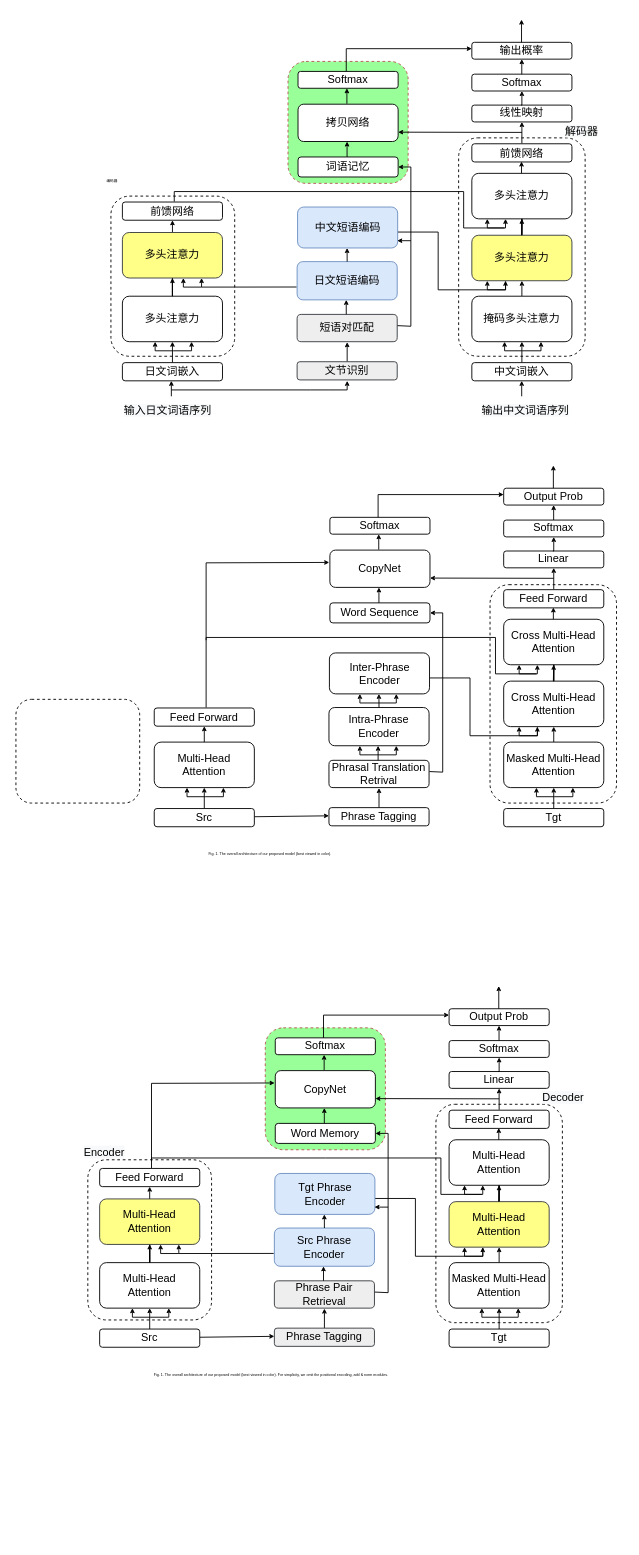
Earlier version of the draw.io diagram phraseNMT.drawio (lizezhonglaile/drawio). Source tidied: cells renumbered, new cells numbered last; positions are measured from the earlier drawing's top-left corner, leaving out a move shared by most shapes. Both pictures are drawn from the tidied source at 91%, with x=0, y=0 at pixel (15, 19).
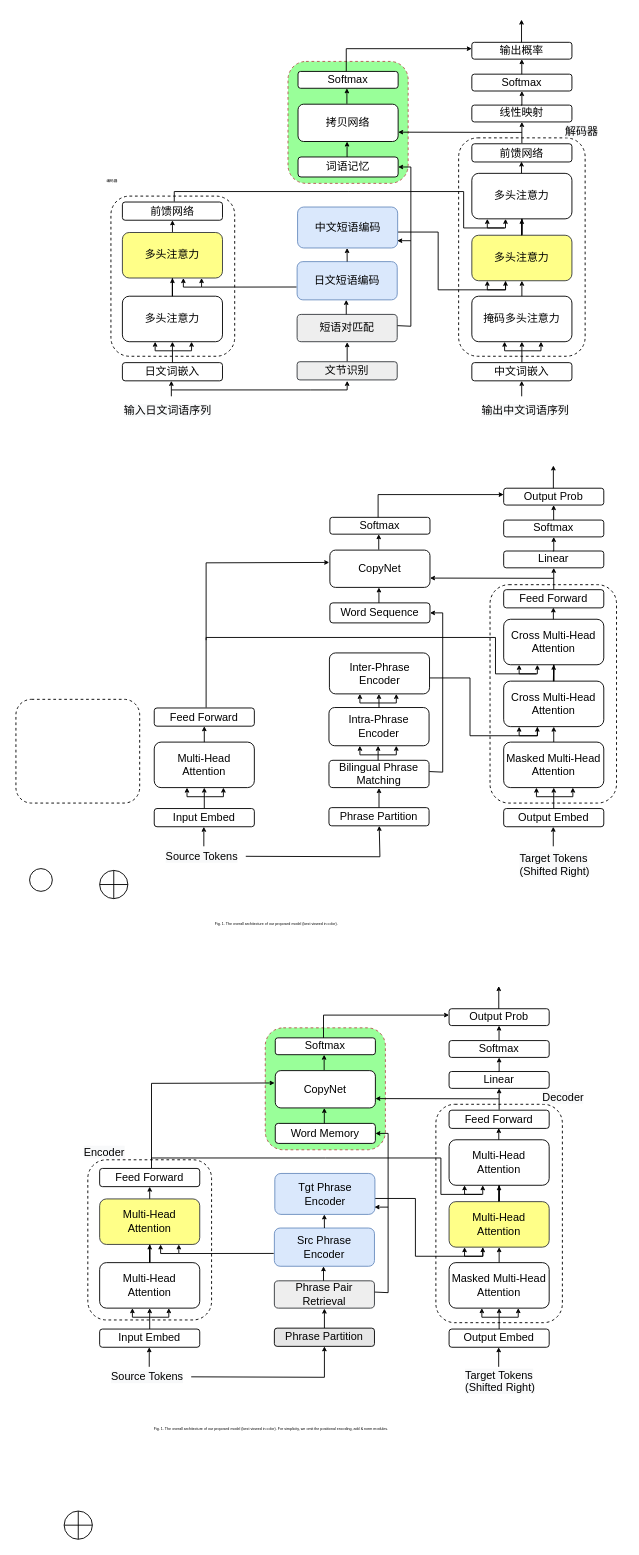
The same page after the edit.

The change refers to these unchanged cells:
```xml
<mxCell id="55" value="Multi-Head &lt;br&gt;Attention" style="rounded=1;whiteSpace=wrap;html=1;" parent="1" vertex="1">
  <mxGeometry x="92" y="1366" width="110" height="50" as="geometry" />
</mxCell>
<mxCell id="88" value="Masked Multi-Head &lt;br&gt;Attention" style="rounded=1;whiteSpace=wrap;html=1;" parent="1" vertex="1">
  <mxGeometry x="476" y="1366" width="110" height="50" as="geometry" />
</mxCell>
```

Diff of the diagram source:
```diff
@@
-    <mxCell id="5" value="Src" style="rounded=1;whiteSpace=wrap;html=1;" parent="1" vertex="1">
+    <mxCell id="5" value="Input Embed" style="rounded=1;whiteSpace=wrap;html=1;" parent="1" vertex="1">
       <mxGeometry x="152" y="867" width="110" height="20" as="geometry" />
     </mxCell>
-    <mxCell id="6" value="Phrasal Translation&lt;br&gt;Retrival" style="rounded=1;whiteSpace=wrap;html=1;" parent="1" vertex="1">
+    <mxCell id="6" value="Bilingual Phrase&lt;br&gt;Matching" style="rounded=1;whiteSpace=wrap;html=1;" parent="1" vertex="1">
       <mxGeometry x="344" y="814" width="110" height="30" as="geometry" />
     </mxCell>
@@
-    <mxCell id="26" value="Phrase Tagging" style="rounded=1;whiteSpace=wrap;html=1;" parent="1" vertex="1">
+    <mxCell id="26" value="Phrase Partition" style="rounded=1;whiteSpace=wrap;html=1;" parent="1" vertex="1">
       <mxGeometry x="344" y="866" width="110" height="20" as="geometry" />
     </mxCell>
@@
-    <mxCell id="40" value="Tgt" style="rounded=1;whiteSpace=wrap;html=1;" parent="1" vertex="1">
+    <mxCell id="40" value="Output Embed" style="rounded=1;whiteSpace=wrap;html=1;" parent="1" vertex="1">
       <mxGeometry x="536" y="867" width="110" height="20" as="geometry" />
     </mxCell>
@@
-    <mxCell id="48" style="endArrow=classic;html=1;rounded=0;fontSize=4;startSize=3;endSize=3;jumpSize=3;exitX=1.002;exitY=0.45;exitDx=0;exitDy=0;exitPerimeter=0;" parent="1" edge="1" source="5">
+    <mxCell id="48" style="endArrow=classic;html=1;rounded=0;fontSize=4;startSize=3;endSize=3;jumpSize=3;exitX=1;exitY=0.5;exitDx=0;exitDy=0;" parent="1" edge="1" source="177" target="26">
       <mxGeometry relative="1" as="geometry">
-        <mxPoint x="344" y="875" as="targetPoint" />
+        <Array as="points">
+          <mxPoint x="400" y="920" />
+        </Array>
       </mxGeometry>
     </mxCell>
@@
     <mxCell id="53" value="Fig. 1. The overall architecture of our proposed model (best viewed in color)." style="text;whiteSpace=wrap;html=1;fontSize=4;" parent="1" vertex="1">
-      <mxGeometry x="210" y="909" width="425" height="19" as="geometry" />
+      <mxGeometry x="217" y="985" width="425" height="19" as="geometry" />
     </mxCell>
@@
-    <mxCell id="56" style="edgeStyle=orthogonalEdgeStyle;rounded=0;jettySize=auto;html=1;exitX=0.5;exitY=0;exitDx=0;exitDy=0;entryX=0.5;entryY=1;entryDx=0;entryDy=0;endSize=3;startSize=3;" parent="1" edge="1" source="57" target="55">
-      <mxGeometry relative="1" as="geometry" />
+    <mxCell id="56" style="edgeStyle=orthogonalEdgeStyle;rounded=0;jettySize=auto;html=1;exitX=0.5;exitY=0;exitDx=0;exitDy=0;entryX=0.5;entryY=1;entryDx=0;entryDy=0;endSize=3;startSize=3;" parent="1" edge="1" target="55">
+      <mxGeometry relative="1" as="geometry">
+        <mxPoint x="147" y="1439" as="sourcePoint" />
+      </mxGeometry>
     </mxCell>
-    <mxCell id="57" value="Src" style="rounded=1;whiteSpace=wrap;html=1;" parent="1" vertex="1">
-      <mxGeometry x="92" y="1439" width="110" height="20" as="geometry" />
-    </mxCell>
@@
-    <mxCell id="62" style="edgeStyle=orthogonalEdgeStyle;rounded=0;jettySize=auto;html=1;entryX=0.5;entryY=1;entryDx=0;entryDy=0;endSize=3;startSize=3;exitX=0.5;exitY=0;exitDx=0;exitDy=0;" parent="1" edge="1" source="78">
+    <mxCell id="62" style="edgeStyle=orthogonalEdgeStyle;rounded=0;orthogonalLoop=1;jettySize=auto;html=1;entryX=0.5;entryY=1;entryDx=0;entryDy=0;endSize=3;startSize=3;exitX=0.5;exitY=0;exitDx=0;exitDy=0;" parent="1" edge="1">
       <mxGeometry relative="1" as="geometry">
+        <mxPoint x="339" y="1438" as="sourcePoint" />
         <mxPoint x="339" y="1416.5" as="targetPoint" />
       </mxGeometry>
     </mxCell>
@@
-    <mxCell id="78" value="Phrase Tagging" style="rounded=1;whiteSpace=wrap;html=1;fillColor=#eeeeee;strokeColor=#36393d;" parent="1" vertex="1">
-      <mxGeometry x="284" y="1438" width="110" height="20" as="geometry" />
-    </mxCell>
@@
-    <mxCell id="89" style="edgeStyle=orthogonalEdgeStyle;rounded=0;jettySize=auto;html=1;exitX=0.5;exitY=0;exitDx=0;exitDy=0;entryX=0.5;entryY=1;entryDx=0;entryDy=0;endSize=3;startSize=3;" parent="1" edge="1" source="90" target="88">
-      <mxGeometry relative="1" as="geometry" />
+    <mxCell id="89" style="edgeStyle=orthogonalEdgeStyle;rounded=0;jettySize=auto;html=1;exitX=0.5;exitY=0;exitDx=0;exitDy=0;entryX=0.5;entryY=1;entryDx=0;entryDy=0;endSize=3;startSize=3;" parent="1" edge="1" target="88">
+      <mxGeometry relative="1" as="geometry">
+        <mxPoint x="531" y="1439" as="sourcePoint" />
+      </mxGeometry>
     </mxCell>
-    <mxCell id="90" value="Tgt" style="rounded=1;whiteSpace=wrap;html=1;" parent="1" vertex="1">
-      <mxGeometry x="476" y="1439" width="110" height="20" as="geometry" />
-    </mxCell>
@@
-    <mxCell id="98" style="endArrow=classic;html=1;rounded=0;fontSize=4;startSize=3;endSize=3;jumpSize=3;exitX=1.002;exitY=0.45;exitDx=0;exitDy=0;exitPerimeter=0;" parent="1" edge="1" source="57">
-      <mxGeometry relative="1" as="geometry">
-        <mxPoint x="284" y="1447" as="targetPoint" />
-      </mxGeometry>
-    </mxCell>
@@
     <mxCell id="103" value="Fig. 1. The overall architecture of our proposed model (best viewed in color). For simplicity, we omit the positional encoding, add &amp;amp; norm modules." style="text;whiteSpace=wrap;html=1;fontSize=4;" parent="1" vertex="1">
-      <mxGeometry x="150" y="1481" width="425" height="19" as="geometry" />
+      <mxGeometry x="150" y="1540" width="425" height="19" as="geometry" />
     </mxCell>
@@
+    <mxCell id="173" style="ellipse;whiteSpace=wrap;html=1;" parent="1" vertex="1">
+      <mxGeometry x="15" y="933" width="25" height="25" as="geometry" />
+    </mxCell>
+    <mxCell id="174" style="shape=orEllipse;perimeter=ellipsePerimeter;whiteSpace=wrap;html=1;backgroundOutline=1;" parent="1" vertex="1">
+      <mxGeometry x="92" y="935" width="31" height="31" as="geometry" />
+    </mxCell>
+    <mxCell id="175" style="edgeStyle=orthogonalEdgeStyle;rounded=0;orthogonalLoop=1;jettySize=auto;html=1;entryX=0.5;entryY=1;entryDx=0;entryDy=0;endSize=3;startSize=3;exitX=0.5;exitY=0;exitDx=0;exitDy=0;" parent="1" edge="1">
+      <mxGeometry relative="1" as="geometry">
+        <mxPoint x="206.5" y="908.5" as="sourcePoint" />
+        <mxPoint x="206.5" y="887" as="targetPoint" />
+      </mxGeometry>
+    </mxCell>
+    <mxCell id="176" style="edgeStyle=orthogonalEdgeStyle;rounded=0;orthogonalLoop=1;jettySize=auto;html=1;entryX=0.5;entryY=1;entryDx=0;entryDy=0;endSize=3;startSize=3;exitX=0.5;exitY=0;exitDx=0;exitDy=0;" parent="1" edge="1">
+      <mxGeometry relative="1" as="geometry">
+        <mxPoint x="590.5" y="908.5" as="sourcePoint" />
+        <mxPoint x="590.5" y="887" as="targetPoint" />
+      </mxGeometry>
+    </mxCell>
+    <mxCell id="177" value="&lt;span style=&quot;color: rgb(0, 0, 0); font-family: Helvetica; font-size: 12px; font-style: normal; font-variant-ligatures: normal; font-variant-caps: normal; font-weight: 400; letter-spacing: normal; orphans: 2; text-align: center; text-indent: 0px; text-transform: none; widows: 2; word-spacing: 0px; -webkit-text-stroke-width: 0px; background-color: rgb(248, 249, 250); text-decoration-thickness: initial; text-decoration-style: initial; text-decoration-color: initial; float: none; display: inline !important;&quot;&gt;Source Tokens&lt;/span&gt;" style="text;whiteSpace=wrap;html=1;" parent="1" vertex="1">
+      <mxGeometry x="163" y="906" width="89.6" height="27" as="geometry" />
+    </mxCell>
+    <mxCell id="178" value="&lt;span style=&quot;color: rgb(0, 0, 0); font-family: Helvetica; font-size: 12px; font-style: normal; font-variant-ligatures: normal; font-variant-caps: normal; font-weight: 400; letter-spacing: normal; orphans: 2; text-align: center; text-indent: 0px; text-transform: none; widows: 2; word-spacing: 0px; -webkit-text-stroke-width: 0px; background-color: rgb(248, 249, 250); text-decoration-thickness: initial; text-decoration-style: initial; text-decoration-color: initial; float: none; display: inline !important;&quot;&gt;Target Tokens&lt;br&gt;(Shifted Right)&lt;br&gt;&lt;/span&gt;" style="text;whiteSpace=wrap;html=1;" parent="1" vertex="1">
+      <mxGeometry x="552.4" y="908" width="89.6" height="27" as="geometry" />
+    </mxCell>
+    <mxCell id="179" value="Input Embed" style="rounded=1;whiteSpace=wrap;html=1;" parent="1" vertex="1">
+      <mxGeometry x="92" y="1439" width="110" height="20" as="geometry" />
+    </mxCell>
+    <mxCell id="180" value="Phrase Partition" style="rounded=1;whiteSpace=wrap;html=1;fillColor=#E6E6E6;" parent="1" vertex="1">
+      <mxGeometry x="284" y="1438" width="110" height="20" as="geometry" />
+    </mxCell>
+    <mxCell id="181" value="Output Embed" style="rounded=1;whiteSpace=wrap;html=1;" parent="1" vertex="1">
+      <mxGeometry x="476" y="1439" width="110" height="20" as="geometry" />
+    </mxCell>
+    <mxCell id="182" style="endArrow=classic;html=1;rounded=0;fontSize=4;startSize=3;endSize=3;jumpSize=3;exitX=1;exitY=0.5;exitDx=0;exitDy=0;" parent="1" edge="1" source="186" target="180">
+      <mxGeometry relative="1" as="geometry">
+        <Array as="points">
+          <mxPoint x="339" y="1492" />
+        </Array>
+      </mxGeometry>
+    </mxCell>
+    <mxCell id="183" style="shape=orEllipse;perimeter=ellipsePerimeter;whiteSpace=wrap;html=1;backgroundOutline=1;" parent="1" vertex="1">
+      <mxGeometry x="53" y="1639" width="31" height="31" as="geometry" />
+    </mxCell>
+    <mxCell id="184" style="edgeStyle=orthogonalEdgeStyle;rounded=0;orthogonalLoop=1;jettySize=auto;html=1;entryX=0.5;entryY=1;entryDx=0;entryDy=0;endSize=3;startSize=3;exitX=0.5;exitY=0;exitDx=0;exitDy=0;" parent="1" edge="1">
+      <mxGeometry relative="1" as="geometry">
+        <mxPoint x="146.5" y="1480.5" as="sourcePoint" />
+        <mxPoint x="146.5" y="1459" as="targetPoint" />
+      </mxGeometry>
+    </mxCell>
+    <mxCell id="185" style="edgeStyle=orthogonalEdgeStyle;rounded=0;orthogonalLoop=1;jettySize=auto;html=1;entryX=0.5;entryY=1;entryDx=0;entryDy=0;endSize=3;startSize=3;exitX=0.5;exitY=0;exitDx=0;exitDy=0;" parent="1" edge="1">
+      <mxGeometry relative="1" as="geometry">
+        <mxPoint x="530.5" y="1480.5" as="sourcePoint" />
+        <mxPoint x="530.5" y="1459" as="targetPoint" />
+      </mxGeometry>
+    </mxCell>
+    <mxCell id="186" value="&lt;span style=&quot;color: rgb(0, 0, 0); font-family: Helvetica; font-size: 12px; font-style: normal; font-variant-ligatures: normal; font-variant-caps: normal; font-weight: 400; letter-spacing: normal; orphans: 2; text-align: center; text-indent: 0px; text-transform: none; widows: 2; word-spacing: 0px; -webkit-text-stroke-width: 0px; background-color: rgb(248, 249, 250); text-decoration-thickness: initial; text-decoration-style: initial; text-decoration-color: initial; float: none; display: inline !important;&quot;&gt;Source Tokens&lt;/span&gt;" style="text;whiteSpace=wrap;html=1;" parent="1" vertex="1">
+      <mxGeometry x="103" y="1478" width="89.6" height="27" as="geometry" />
+    </mxCell>
+    <mxCell id="187" value="&lt;span style=&quot;color: rgb(0, 0, 0); font-family: Helvetica; font-size: 12px; font-style: normal; font-variant-ligatures: normal; font-variant-caps: normal; font-weight: 400; letter-spacing: normal; orphans: 2; text-align: center; text-indent: 0px; text-transform: none; widows: 2; word-spacing: 0px; -webkit-text-stroke-width: 0px; background-color: rgb(248, 249, 250); text-decoration-thickness: initial; text-decoration-style: initial; text-decoration-color: initial; float: none; display: inline !important;&quot;&gt;Target Tokens&lt;br&gt;(Shifted Right)&lt;br&gt;&lt;/span&gt;" style="text;whiteSpace=wrap;html=1;" parent="1" vertex="1">
+      <mxGeometry x="492.4" y="1476" width="89.6" height="27" as="geometry" />
+    </mxCell>
```
